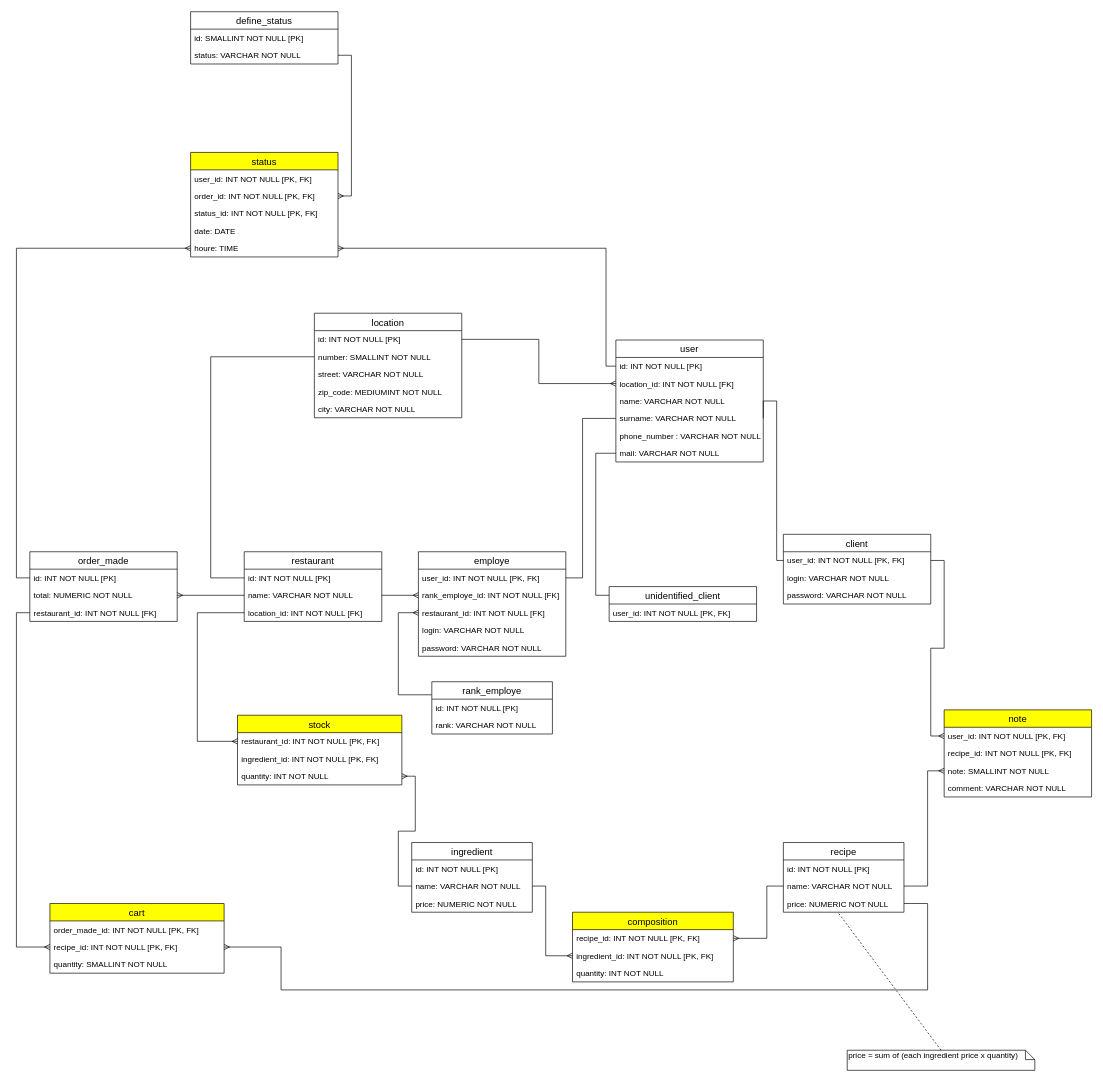
Earlier version of the draw.io diagram MPD.drawio (damien-devpy/OC-P6). Source tidied: cells renumbered, new cells numbered last; positions are measured from the earlier drawing's top-left corner, leaving out a move shared by most shapes. Both pictures are drawn from the tidied source at 67%, with x=0, y=0 at pixel (16, 11).
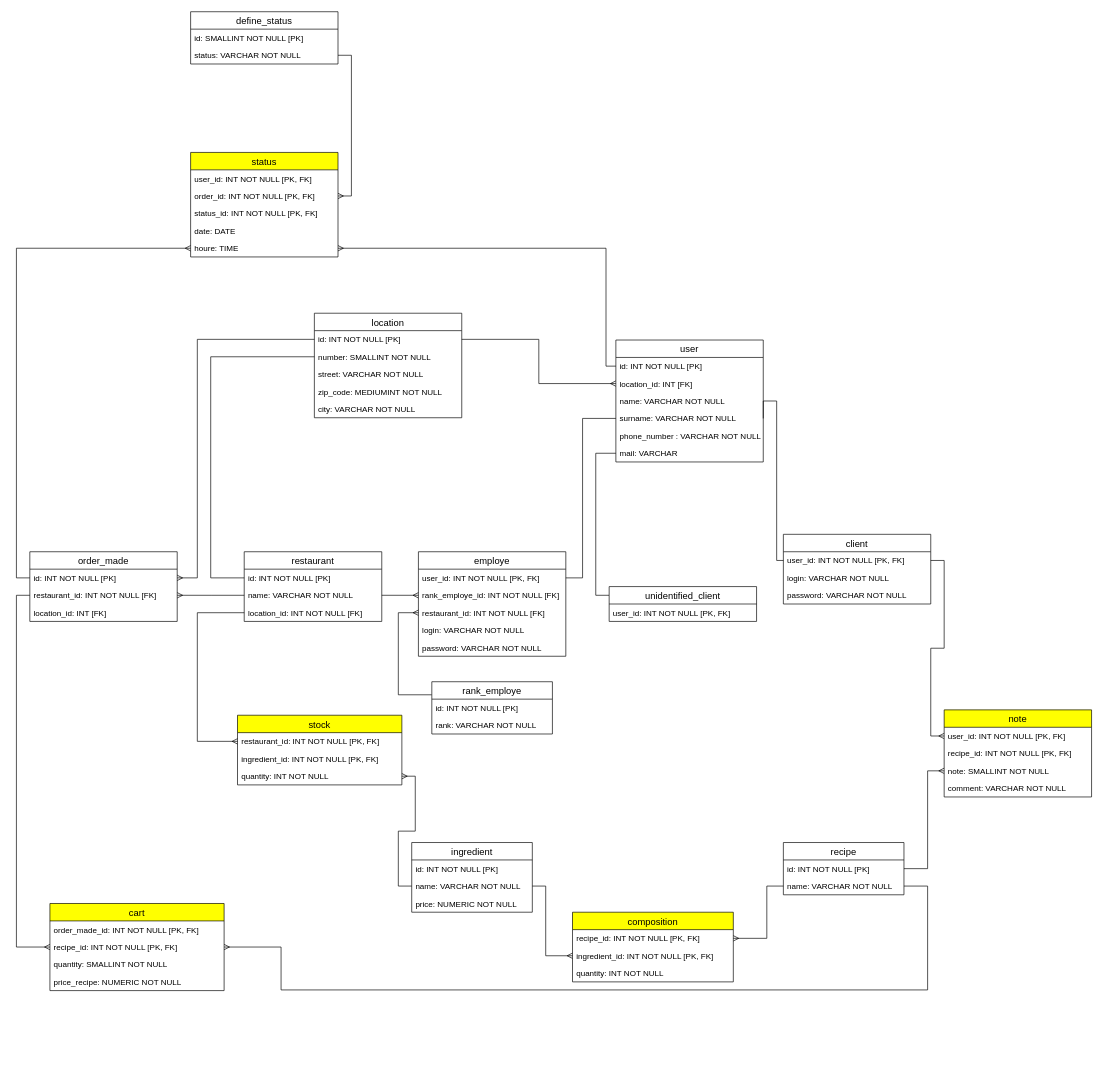
The same page after the edit.

Commit message (it also covers changes not shown here):
Filling DB with more data. Iterate over class diagram and er diagram

The change refers to these unchanged cells:
```xml
<mxCell id="18" value="user" style="swimlane;fontStyle=0;horizontal=1;startSize=26;align=center;fontSize=14;labelBackgroundColor=#ffffff;strokeColor=#000000;" parent="1" vertex="1">
  <mxGeometry x="894.7" y="490" width="220" height="182" as="geometry" />
</mxCell>
<mxCell id="34" value="note: SMALLINT NOT NULL" style="text;strokeColor=none;fillColor=none;spacingLeft=4;spacingRight=4;overflow=hidden;points=[[0,0.5],[1,0.5]];portConstraint=eastwest;fontSize=12;" parent="31" vertex="1">
  <mxGeometry y="78" width="220" height="26" as="geometry" />
</mxCell>
<mxCell id="43" value="id: INT NOT NULL [PK]" style="text;strokeColor=none;fillColor=none;spacingLeft=4;spacingRight=4;overflow=hidden;points=[[0,0.5],[1,0.5]];portConstraint=eastwest;fontSize=12;" parent="42" vertex="1">
  <mxGeometry y="26" width="220" height="26" as="geometry" />
</mxCell>
<mxCell id="50" value="order_made" style="swimlane;fontStyle=0;horizontal=1;startSize=26;align=center;fontSize=14;labelBackgroundColor=#ffffff;strokeColor=#000000;" parent="1" vertex="1">
  <mxGeometry x="20" y="806" width="220" height="104" as="geometry" />
</mxCell>
<mxCell id="51" value="id: INT NOT NULL [PK]" style="text;strokeColor=none;fillColor=none;spacingLeft=4;spacingRight=4;overflow=hidden;points=[[0,0.5],[1,0.5]];portConstraint=eastwest;fontSize=12;" parent="50" vertex="1">
  <mxGeometry y="26" width="220" height="26" as="geometry" />
</mxCell>
<mxCell id="56" value="name: VARCHAR NOT NULL" style="text;strokeColor=none;fillColor=none;spacingLeft=4;spacingRight=4;overflow=hidden;points=[[0,0.5],[1,0.5]];portConstraint=eastwest;fontSize=12;" parent="54" vertex="1">
  <mxGeometry y="52" width="205.3" height="26" as="geometry" />
</mxCell>
<mxCell id="70" value="recipe_id: INT NOT NULL [PK, FK]" style="text;strokeColor=none;fillColor=none;spacingLeft=4;spacingRight=4;overflow=hidden;points=[[0,0.5],[1,0.5]];portConstraint=eastwest;fontSize=12;" parent="68" vertex="1">
  <mxGeometry y="52" width="260" height="26" as="geometry" />
</mxCell>
<mxCell id="73" value="id: INT NOT NULL [PK]" style="text;strokeColor=none;fillColor=none;spacingLeft=4;spacingRight=4;overflow=hidden;points=[[0,0.5],[1,0.5]];portConstraint=eastwest;fontSize=12;labelBackgroundColor=#ffffff;" parent="72" vertex="1">
  <mxGeometry y="26" width="180" height="26" as="geometry" />
</mxCell>
<mxCell id="74" value="name: VARCHAR NOT NULL" style="text;strokeColor=none;fillColor=none;spacingLeft=4;spacingRight=4;overflow=hidden;points=[[0,0.5],[1,0.5]];portConstraint=eastwest;fontSize=12;labelBackgroundColor=#ffffff;" parent="72" vertex="1">
  <mxGeometry y="52" width="180" height="26" as="geometry" />
</mxCell>
```

The edit, as a diff of the source:
```diff
@@
-    <mxCell id="9" style="edgeStyle=orthogonalEdgeStyle;rounded=0;jettySize=auto;html=1;exitX=0;exitY=0.5;exitDx=0;exitDy=0;entryX=1;entryY=0.5;entryDx=0;entryDy=0;endArrow=ERmany;endFill=0;" parent="1" edge="1" source="56" target="52">
-      <mxGeometry relative="1" as="geometry" />
+    <mxCell id="9" style="edgeStyle=orthogonalEdgeStyle;rounded=0;jettySize=auto;html=1;exitX=0;exitY=0.5;exitDx=0;exitDy=0;entryX=1;entryY=0.5;entryDx=0;entryDy=0;endArrow=ERmany;endFill=0;" parent="1" edge="1" source="56">
+      <mxGeometry relative="1" as="geometry">
+        <mxPoint x="240" y="871" as="targetPoint" />
+      </mxGeometry>
     </mxCell>
@@
-    <mxCell id="15" style="edgeStyle=orthogonalEdgeStyle;rounded=0;jettySize=auto;html=1;exitX=0;exitY=0.5;exitDx=0;exitDy=0;entryX=1;entryY=0.5;entryDx=0;entryDy=0;startArrow=ERmany;startFill=0;endArrow=none;endFill=0;" parent="1" edge="1" source="34" target="74">
+    <mxCell id="15" style="edgeStyle=orthogonalEdgeStyle;rounded=0;jettySize=auto;html=1;exitX=0;exitY=0.5;exitDx=0;exitDy=0;entryX=1;entryY=0.5;entryDx=0;entryDy=0;startArrow=ERmany;startFill=0;endArrow=none;endFill=0;" parent="1" edge="1" source="34" target="73">
       <mxGeometry relative="1" as="geometry">
         <Array as="points">
           <mxPoint x="1360" y="1133" />
-          <mxPoint x="1360" y="1305" />
+          <mxPoint x="1360" y="1279" />
         </Array>
       </mxGeometry>
     </mxCell>
-    <mxCell id="16" style="edgeStyle=orthogonalEdgeStyle;rounded=0;jettySize=auto;html=1;entryX=0;entryY=0.5;entryDx=0;entryDy=0;startArrow=ERmany;startFill=0;endArrow=none;endFill=0;exitX=0;exitY=0.5;exitDx=0;exitDy=0;" parent="1" edge="1" source="70">
+    <mxCell id="16" style="edgeStyle=orthogonalEdgeStyle;rounded=0;jettySize=auto;html=1;entryX=0;entryY=0.5;entryDx=0;entryDy=0;startArrow=ERmany;startFill=0;endArrow=none;endFill=0;exitX=0;exitY=0.5;exitDx=0;exitDy=0;" parent="1" edge="1" source="70" target="53">
       <mxGeometry relative="1" as="geometry">
-        <mxPoint x="20" y="897" as="targetPoint" />
         <Array as="points">
           <mxPoint y="1396" />
-          <mxPoint y="897" />
+          <mxPoint y="871" />
         </Array>
       </mxGeometry>
     </mxCell>
-    <mxCell id="17" style="edgeStyle=orthogonalEdgeStyle;rounded=0;jettySize=auto;html=1;exitX=1;exitY=0.5;exitDx=0;exitDy=0;startArrow=ERmany;startFill=0;endArrow=none;endFill=0;entryX=1;entryY=0.5;entryDx=0;entryDy=0;" parent="1" edge="1" source="70" target="75">
+    <mxCell id="17" style="edgeStyle=orthogonalEdgeStyle;rounded=0;jettySize=auto;html=1;exitX=1;exitY=0.5;exitDx=0;exitDy=0;startArrow=ERmany;startFill=0;endArrow=none;endFill=0;entryX=1;entryY=0.5;entryDx=0;entryDy=0;" parent="1" edge="1" source="70" target="74">
       <mxGeometry relative="1" as="geometry">
         <Array as="points">
           <mxPoint x="395" y="1396" />
           <mxPoint x="395" y="1460" />
           <mxPoint x="1360" y="1460" />
-          <mxPoint x="1360" y="1331" />
+          <mxPoint x="1360" y="1305" />
         </Array>
       </mxGeometry>
     </mxCell>
@@
-    <mxCell id="20" value="location_id: INT NOT NULL [FK]" style="text;strokeColor=none;fillColor=none;spacingLeft=4;spacingRight=4;overflow=hidden;points=[[0,0.5],[1,0.5]];portConstraint=eastwest;fontSize=12;" parent="18" vertex="1">
+    <mxCell id="20" value="location_id: INT [FK]" style="text;strokeColor=none;fillColor=none;spacingLeft=4;spacingRight=4;overflow=hidden;points=[[0,0.5],[1,0.5]];portConstraint=eastwest;fontSize=12;" parent="18" vertex="1">
       <mxGeometry y="52" width="220" height="26" as="geometry" />
     </mxCell>
@@
-    <mxCell id="24" value="mail: VARCHAR NOT NULL" style="text;strokeColor=none;fillColor=none;spacingLeft=4;spacingRight=4;overflow=hidden;points=[[0,0.5],[1,0.5]];portConstraint=eastwest;fontSize=12;" parent="18" vertex="1">
+    <mxCell id="24" value="mail: VARCHAR" style="text;strokeColor=none;fillColor=none;spacingLeft=4;spacingRight=4;overflow=hidden;points=[[0,0.5],[1,0.5]];portConstraint=eastwest;fontSize=12;" parent="18" vertex="1">
       <mxGeometry y="156" width="220" height="26" as="geometry" />
     </mxCell>
@@
-    <mxCell id="52" value="total: NUMERIC NOT NULL" style="text;strokeColor=none;fillColor=none;spacingLeft=4;spacingRight=4;overflow=hidden;points=[[0,0.5],[1,0.5]];portConstraint=eastwest;fontSize=12;" parent="50" vertex="1">
-      <mxGeometry y="52" width="220" height="26" as="geometry" />
-    </mxCell>
     <mxCell id="53" value="restaurant_id: INT NOT NULL [FK]" style="text;strokeColor=none;fillColor=none;spacingLeft=4;spacingRight=4;overflow=hidden;points=[[0,0.5],[1,0.5]];portConstraint=eastwest;fontSize=12;" parent="50" vertex="1">
-      <mxGeometry y="78" width="220" height="26" as="geometry" />
+      <mxGeometry y="52" width="220" height="26" as="geometry" />
     </mxCell>
+    <mxCell id="93" value="location_id: INT [FK]" style="text;strokeColor=none;fillColor=none;spacingLeft=4;spacingRight=4;overflow=hidden;fontSize=12;" parent="50" vertex="1">
+      <mxGeometry y="78" width="220" height="26" as="geometry" />
+    </mxCell>
@@
     <mxCell id="68" value="cart" style="swimlane;fontStyle=0;horizontal=1;startSize=26;align=center;fontSize=14;fillColor=#FFFF00;" parent="1" vertex="1">
-      <mxGeometry x="50" y="1331" width="260" height="104" as="geometry" />
+      <mxGeometry x="50" y="1331" width="260" height="130" as="geometry" />
     </mxCell>
@@
+    <mxCell id="94" value="price_recipe: NUMERIC NOT NULL" style="text;strokeColor=none;fillColor=none;spacingLeft=4;spacingRight=4;overflow=hidden;fontSize=12;" parent="68" vertex="1">
+      <mxGeometry y="104" width="260" height="26" as="geometry" />
+    </mxCell>
     <mxCell id="72" value="recipe" style="swimlane;fontStyle=0;horizontal=1;startSize=26;align=center;fontSize=14;" parent="1" vertex="1">
-      <mxGeometry x="1144.7" y="1240" width="180" height="104" as="geometry" />
+      <mxGeometry x="1144.7" y="1240" width="180" height="78" as="geometry" />
     </mxCell>
@@
-    <mxCell id="75" value="price: NUMERIC NOT NULL" style="text;strokeColor=none;fillColor=none;spacingLeft=4;spacingRight=4;overflow=hidden;points=[[0,0.5],[1,0.5]];portConstraint=eastwest;fontSize=12;" parent="72" vertex="1">
-      <mxGeometry y="78" width="180" height="26" as="geometry" />
-    </mxCell>
@@
-    <mxCell id="91" value="price = sum of (each ingredient price x quantity)" style="shape=note;whiteSpace=wrap;html=1;size=14;verticalAlign=top;align=left;spacingTop=-6;" parent="1" vertex="1">
-      <mxGeometry x="1240" y="1550" width="280" height="30" as="geometry" />
-    </mxCell>
-    <mxCell id="92" style="endArrow=none;dashed=1;html=1;entryX=0.453;entryY=1.016;entryDx=0;entryDy=0;entryPerimeter=0;exitX=0.5;exitY=0;exitDx=0;exitDy=0;exitPerimeter=0;" parent="1" edge="1" source="91" target="75">
-      <mxGeometry relative="1" as="geometry" />
-    </mxCell>
+    <mxCell id="95" style="edgeStyle=orthogonalEdgeStyle;rounded=0;jettySize=auto;html=1;exitX=0;exitY=0.5;exitDx=0;exitDy=0;entryX=1;entryY=0.5;entryDx=0;entryDy=0;endArrow=ERmany;endFill=0;" parent="1" edge="1" source="43" target="51">
+      <mxGeometry relative="1" as="geometry">
+        <Array as="points">
+          <mxPoint x="270" y="489" />
+          <mxPoint x="270" y="845" />
+        </Array>
+      </mxGeometry>
+    </mxCell>
```
